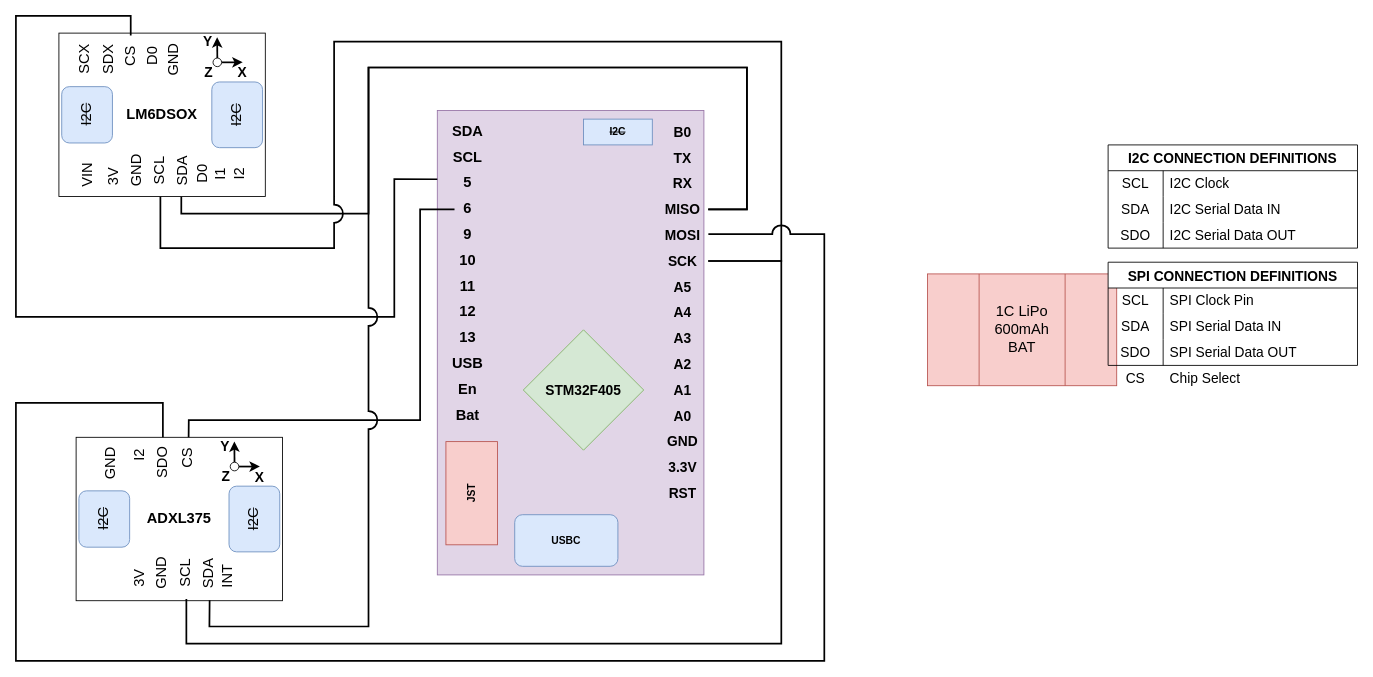
Before: wiringdiagram.drawio in ceugomez/wiigls, a draw.io diagram. Source tidied: cells renumbered, new cells numbered last; positions are measured from the earlier drawing's top-left corner, leaving out a move shared by most shapes. Both pictures are drawn from the tidied source at 86%, with x=0, y=0 at pixel (15, 15).
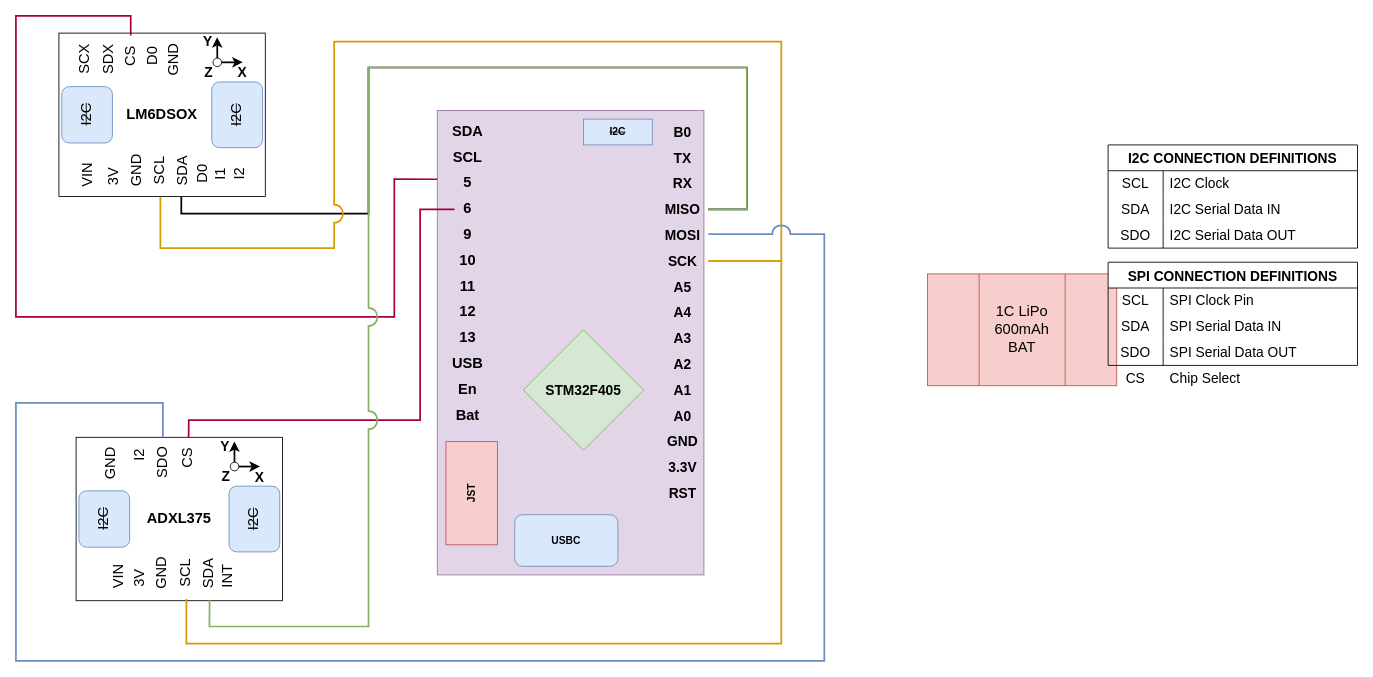
The same page after the edit.

Unchanged cells that the change refers to:
```xml
<mxCell id="3" style="group;" parent="1" vertex="1">
  <mxGeometry x="70" y="490" width="240" height="190" as="geometry" />
</mxCell>
<mxCell id="8" value="SCL" style="text;html=1;align=center;verticalAlign=middle;points=[];strokeColor=none;fillColor=none;fontSize=17;rotation=-90;" parent="3" vertex="1">
  <mxGeometry x="98.2" y="143" width="60" height="30" as="geometry" />
</mxCell>
<mxCell id="9" value="SDA" style="text;html=1;align=center;verticalAlign=middle;points=[];strokeColor=none;fillColor=none;fontSize=17;rotation=-90;" parent="3" vertex="1">
  <mxGeometry x="125.5" y="144.4" width="60" height="30" as="geometry" />
</mxCell>
<mxCell id="12" value="SDO" style="text;html=1;align=center;verticalAlign=middle;points=[];strokeColor=none;fillColor=none;fontSize=17;rotation=-90;" parent="3" vertex="1">
  <mxGeometry x="70.9" y="14.9" width="60" height="30" as="geometry" />
</mxCell>
<mxCell id="13" value="CS" style="text;html=1;align=center;verticalAlign=middle;points=[];strokeColor=none;fillColor=none;fontSize=17;rotation=-90;" parent="3" vertex="1">
  <mxGeometry x="105.6" y="10" width="50" height="30" as="geometry" />
</mxCell>
<mxCell id="50" value="SCL" style="text;html=1;align=center;verticalAlign=middle;points=[];strokeColor=none;fillColor=none;fontSize=17;rotation=-90;" parent="44" vertex="1">
  <mxGeometry x="88" y="145.4" width="60" height="30" as="geometry" />
</mxCell>
<mxCell id="55" value="CS" style="text;html=1;align=center;verticalAlign=middle;points=[];strokeColor=none;fillColor=none;fontSize=17;rotation=-90;" parent="44" vertex="1">
  <mxGeometry x="58.5" y="12.9" width="50" height="30" as="geometry" />
</mxCell>
<mxCell id="68" style="rounded=0;whiteSpace=wrap;html=1;rotation=-90;fillColor=#e1d5e7;strokeColor=#9673a6;" parent="67" vertex="1">
  <mxGeometry x="-115" y="115" width="540" height="310" as="geometry" />
</mxCell>
<mxCell id="71" value="6" style="text;html=1;align=center;verticalAlign=middle;points=[];strokeColor=none;fillColor=none;fontStyle=1;fontSize=17;" parent="67" vertex="1">
  <mxGeometry x="20" y="100" width="30" height="30" as="geometry" />
</mxCell>
<mxCell id="83" value="MISO" style="text;html=1;align=center;verticalAlign=middle;points=[];strokeColor=none;fillColor=none;fontStyle=1;fontSize=16;" parent="67" vertex="1">
  <mxGeometry x="255" y="100" width="60" height="30" as="geometry" />
</mxCell>
<mxCell id="84" value="SCK" style="text;html=1;align=center;verticalAlign=middle;points=[];strokeColor=none;fillColor=none;fontStyle=1;fontSize=16;" parent="67" vertex="1">
  <mxGeometry x="255" y="160" width="60" height="30" as="geometry" />
</mxCell>
<mxCell id="95" value="MOSI" style="text;html=1;align=center;verticalAlign=middle;points=[];strokeColor=none;fillColor=none;fontStyle=1;fontSize=16;" parent="67" vertex="1">
  <mxGeometry x="255" y="130" width="60" height="30" as="geometry" />
</mxCell>
```

Change to the diagram source:
```diff
@@
+    <mxCell id="107" value="VIN" style="text;html=1;align=center;verticalAlign=middle;strokeColor=none;fillColor=none;fontSize=17;rotation=-90;" parent="3" vertex="1">
+      <mxGeometry x="25.9" y="147.4" width="50" height="30" as="geometry" />
+    </mxCell>
@@
-    <mxCell id="101" style="edgeStyle=orthogonalEdgeStyle;rounded=0;jumpStyle=arc;jumpSize=19;jettySize=auto;html=1;strokeWidth=2;fontSize=16;endArrow=none;endFill=0;" parent="1" edge="1" source="50" target="84">
+    <mxCell id="101" style="edgeStyle=orthogonalEdgeStyle;rounded=0;jumpStyle=arc;jumpSize=19;jettySize=auto;html=1;strokeWidth=2;fontSize=16;endArrow=none;endFill=0;fillColor=#ffe6cc;strokeColor=#d79b00;" parent="1" edge="1" source="50" target="84">
       <mxGeometry relative="1" as="geometry">
         <Array as="points">
           <mxPoint x="168" y="270" />
           <mxPoint x="370" y="270" />
           <mxPoint x="370" y="30" />
           <mxPoint x="890" y="30" />
           <mxPoint x="890" y="285" />
         </Array>
       </mxGeometry>
     </mxCell>
-    <mxCell id="102" style="edgeStyle=orthogonalEdgeStyle;rounded=0;jumpStyle=arc;jumpSize=19;jettySize=auto;html=1;entryX=0.852;entryY=0;entryDx=0;entryDy=0;entryPerimeter=0;strokeWidth=2;fontSize=16;endArrow=none;endFill=0;" parent="1" edge="1" source="55" target="68">
+    <mxCell id="102" style="edgeStyle=orthogonalEdgeStyle;rounded=0;jumpStyle=arc;jumpSize=19;jettySize=auto;html=1;entryX=0.852;entryY=0;entryDx=0;entryDy=0;entryPerimeter=0;strokeWidth=2;fontSize=16;endArrow=none;endFill=0;fillColor=#d80073;strokeColor=#A50040;" parent="1" edge="1" source="55" target="68">
       <mxGeometry relative="1" as="geometry">
         <Array as="points">
           <mxPoint x="134" />
           <mxPoint />
           <mxPoint y="350" />
           <mxPoint x="440" y="350" />
           <mxPoint x="440" y="190" />
         </Array>
       </mxGeometry>
     </mxCell>
-    <mxCell id="103" style="edgeStyle=orthogonalEdgeStyle;rounded=0;jumpStyle=arc;jumpSize=19;jettySize=auto;html=1;strokeWidth=2;fontSize=16;endArrow=none;endFill=0;" parent="1" edge="1" source="71" target="13">
+    <mxCell id="103" style="edgeStyle=orthogonalEdgeStyle;rounded=0;jumpStyle=arc;jumpSize=19;jettySize=auto;html=1;strokeWidth=2;fontSize=16;endArrow=none;endFill=0;fillColor=#d80073;strokeColor=#A50040;" parent="1" edge="1" source="71" target="13">
       <mxGeometry relative="1" as="geometry">
         <Array as="points">
           <mxPoint x="470" y="225" />
           <mxPoint x="470" y="470" />
           <mxPoint x="201" y="470" />
         </Array>
       </mxGeometry>
     </mxCell>
-    <mxCell id="104" style="edgeStyle=orthogonalEdgeStyle;rounded=0;jumpStyle=arc;jumpSize=19;jettySize=auto;html=1;entryX=1.003;entryY=0.457;entryDx=0;entryDy=0;entryPerimeter=0;strokeWidth=2;fontSize=16;endArrow=none;endFill=0;" parent="1" edge="1" source="12" target="95">
+    <mxCell id="104" style="edgeStyle=orthogonalEdgeStyle;rounded=0;jumpStyle=arc;jumpSize=19;jettySize=auto;html=1;entryX=1.003;entryY=0.457;entryDx=0;entryDy=0;entryPerimeter=0;strokeWidth=2;fontSize=16;endArrow=none;endFill=0;fillColor=#dae8fc;strokeColor=#6c8ebf;" parent="1" edge="1" source="12" target="95">
       <mxGeometry relative="1" as="geometry">
         <Array as="points">
           <mxPoint x="171" y="450" />
           <mxPoint y="450" />
           <mxPoint y="750" />
           <mxPoint x="940" y="750" />
           <mxPoint x="940" y="254" />
         </Array>
       </mxGeometry>
     </mxCell>
-    <mxCell id="105" style="edgeStyle=orthogonalEdgeStyle;rounded=0;jumpStyle=arc;jumpSize=19;jettySize=auto;html=1;strokeWidth=2;fontSize=16;endArrow=none;endFill=0;" parent="1" edge="1" source="8" target="84">
+    <mxCell id="105" style="edgeStyle=orthogonalEdgeStyle;rounded=0;jumpStyle=arc;jumpSize=19;jettySize=auto;html=1;strokeWidth=2;fontSize=16;endArrow=none;endFill=0;fillColor=#ffe6cc;strokeColor=#d79b00;" parent="1" edge="1" source="8" target="84">
       <mxGeometry relative="1" as="geometry">
         <Array as="points">
           <mxPoint x="198" y="730" />
           <mxPoint x="890" y="730" />
           <mxPoint x="890" y="285" />
         </Array>
       </mxGeometry>
     </mxCell>
-    <mxCell id="106" style="edgeStyle=orthogonalEdgeStyle;rounded=0;jumpStyle=arc;jumpSize=19;jettySize=auto;html=1;strokeWidth=2;fontSize=16;endArrow=none;endFill=0;" parent="1" edge="1" source="83" target="9">
+    <mxCell id="106" style="edgeStyle=orthogonalEdgeStyle;rounded=0;jumpStyle=arc;jumpSize=19;jettySize=auto;html=1;strokeWidth=2;fontSize=16;endArrow=none;endFill=0;fillColor=#d5e8d4;strokeColor=#82b366;" parent="1" edge="1" source="83" target="9">
       <mxGeometry relative="1" as="geometry">
         <Array as="points">
           <mxPoint x="850" y="225" />
           <mxPoint x="850" y="60" />
           <mxPoint x="410" y="60" />
           <mxPoint x="410" y="710" />
           <mxPoint x="225" y="710" />
         </Array>
       </mxGeometry>
     </mxCell>
```
